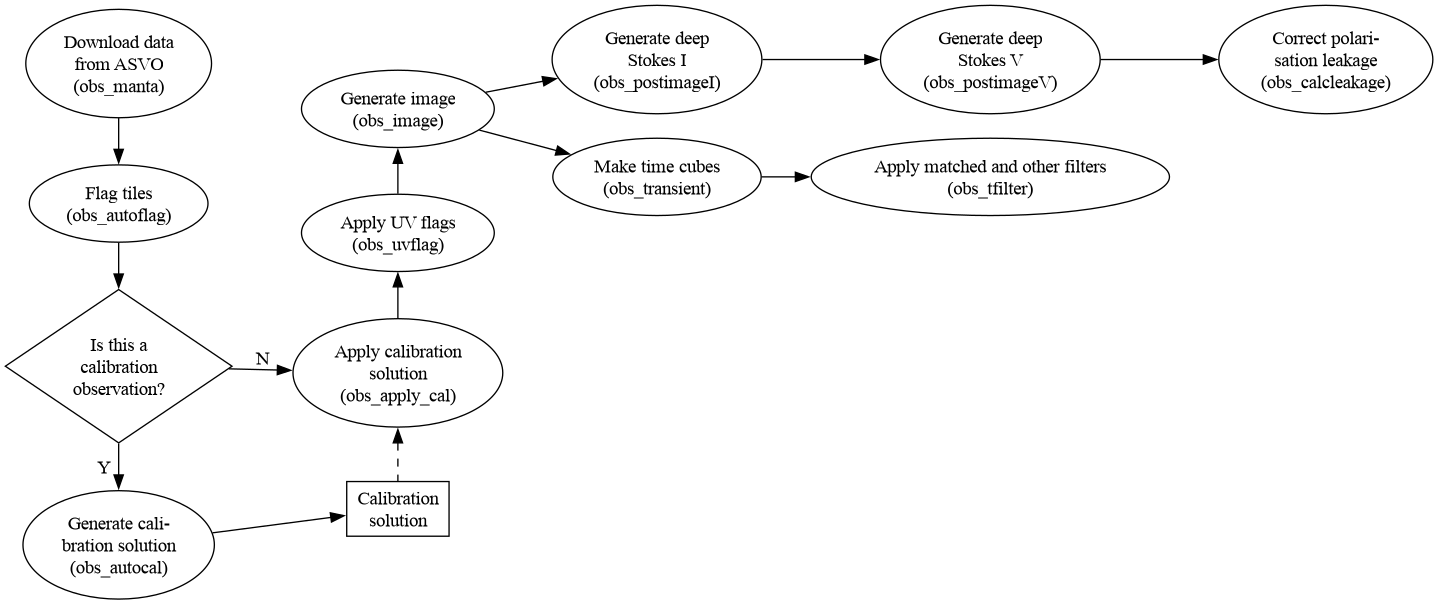
Before: doc/images/processing_pipeline_overview.png, a diagram exported from Graphviz (robotopia/MWA-Galactic-Plane-Monitoring). Its source is kept beside it as doc/images/processing_pipeline_overview.dot.
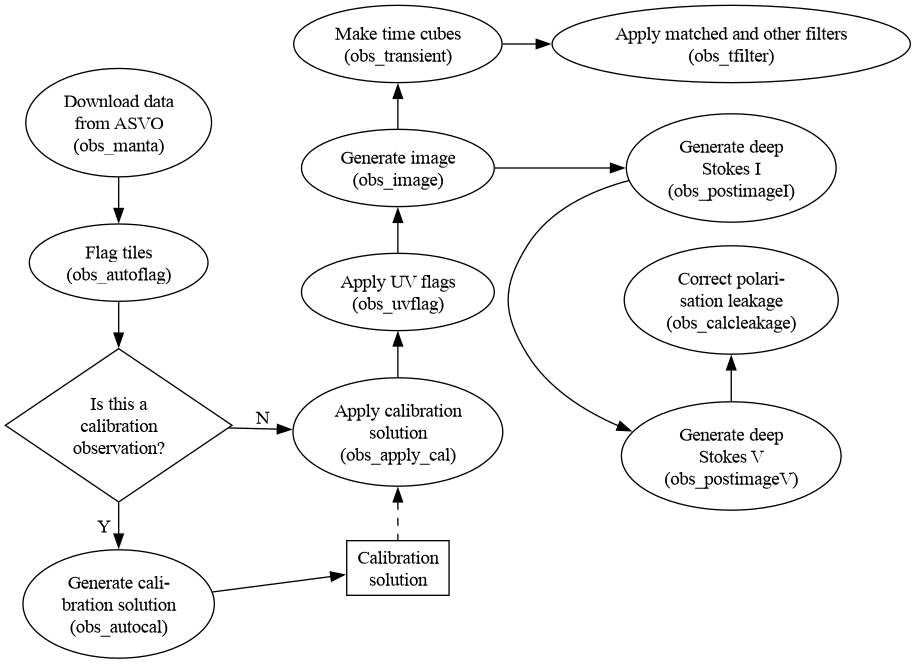
Above is the later version.

Commit message:
Still adjusting flowchart

What changed in the source:
```diff
@@ -21,12 +21,15 @@
   autocal -> calsol;
   image -> uvflag [dir=back];
   uvflag -> apply_cal [dir=back];
-  image -> transient -> tfilter;
-  image -> postimageI -> postimageV -> calc_leakage;
+  transient -> image [dir=back];
+  transient -> tfilter;
+  image -> postimageI;
+  postimageI -> postimageV;
+  postimageV -> calc_leakage;
   apply_cal -> calsol [dir=back; style=dashed];
   is_cal -> apply_cal [label="N"];
 
   {rank="same"; manta; autoflag; is_cal; autocal;}
-  {rank="same"; apply_cal; calsol; uvflag; image;}
-  {rank="same"; postimageI; transient;}
+  {rank="same"; apply_cal; calsol; uvflag; image; transient;}
+  {rank="same"; tfilter; postimageI; postimageV; calc_leakage;}
 }
```
